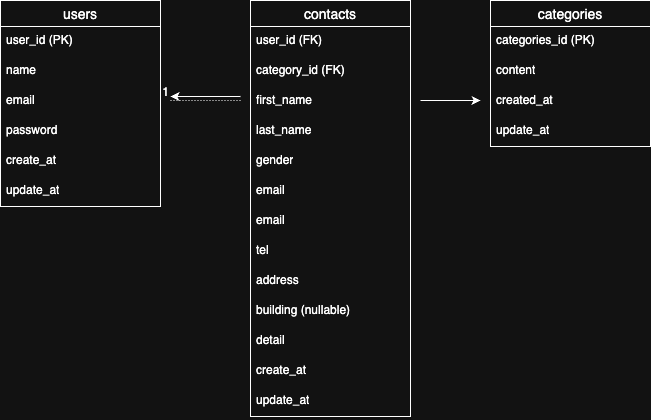
This is er-diagram.png from Hana86-86/contact-form-app, a draw.io export, as it was before one commit. Source tidied: cells renumbered, new cells last; positions are measured from the earlier drawing's top-left corner, leaving out a move shared by most shapes.
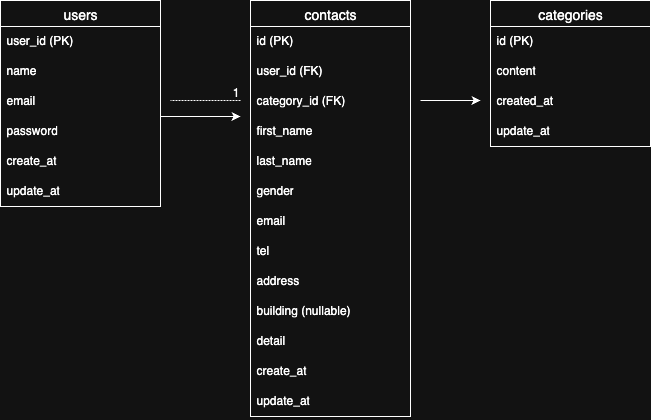
Above is the later version.

Commit message:
Update ER図とREADMEを最新に

What changed in the source:
```diff
@@ -5,7 +5,7 @@
     <mxCell id="2" value="categories" style="swimlane;fontStyle=0;horizontal=1;startSize=26;align=center;fontSize=14;" parent="1" vertex="1">
       <mxGeometry x="490" width="160" height="146" as="geometry" />
     </mxCell>
-    <mxCell id="3" value="categories_id (PK)" style="text;strokeColor=none;fillColor=none;spacingLeft=4;spacingRight=4;overflow=hidden;fontSize=12;whiteSpace=wrap;html=1;" parent="2" vertex="1">
+    <mxCell id="3" value="id (PK)" style="text;strokeColor=none;fillColor=none;spacingLeft=4;spacingRight=4;overflow=hidden;fontSize=12;whiteSpace=wrap;html=1;" parent="2" vertex="1">
       <mxGeometry y="26" width="160" height="30" as="geometry" />
     </mxCell>
     <mxCell id="4" value="content" style="text;strokeColor=none;fillColor=none;spacingLeft=4;spacingRight=4;overflow=hidden;fontSize=12;whiteSpace=wrap;html=1;" parent="2" vertex="1">
@@ -20,27 +20,27 @@
     <mxCell id="7" value="contacts" style="swimlane;fontStyle=0;horizontal=1;startSize=26;align=center;fontSize=14;" parent="1" vertex="1">
       <mxGeometry x="250" width="160" height="416" as="geometry" />
     </mxCell>
-    <mxCell id="8" value="user_id (FK)" style="text;strokeColor=none;fillColor=none;spacingLeft=4;spacingRight=4;overflow=hidden;fontSize=12;whiteSpace=wrap;html=1;" parent="7" vertex="1">
+    <mxCell id="8" value="id (PK)" style="text;strokeColor=none;fillColor=none;spacingLeft=4;spacingRight=4;overflow=hidden;fontSize=12;whiteSpace=wrap;html=1;" parent="7" vertex="1">
       <mxGeometry y="26" width="160" height="30" as="geometry" />
     </mxCell>
+    <mxCell id="32" value="user_id (FK)" style="text;strokeColor=none;fillColor=none;spacingLeft=4;spacingRight=4;overflow=hidden;fontSize=12;whiteSpace=wrap;html=1;" parent="7" vertex="1">
+      <mxGeometry y="56" width="160" height="30" as="geometry" />
+    </mxCell>
     <mxCell id="9" value="category_id (FK)" style="text;strokeColor=none;fillColor=none;spacingLeft=4;spacingRight=4;overflow=hidden;fontSize=12;whiteSpace=wrap;html=1;" parent="7" vertex="1">
-      <mxGeometry y="56" width="160" height="30" as="geometry" />
+      <mxGeometry y="86" width="160" height="30" as="geometry" />
     </mxCell>
     <mxCell id="10" value="first_name" style="text;strokeColor=none;fillColor=none;spacingLeft=4;spacingRight=4;overflow=hidden;fontSize=12;whiteSpace=wrap;html=1;" parent="7" vertex="1">
-      <mxGeometry y="86" width="160" height="30" as="geometry" />
+      <mxGeometry y="116" width="160" height="30" as="geometry" />
     </mxCell>
     <mxCell id="11" value="last_name" style="text;strokeColor=none;fillColor=none;spacingLeft=4;spacingRight=4;overflow=hidden;fontSize=12;whiteSpace=wrap;html=1;" parent="7" vertex="1">
-      <mxGeometry y="116" width="160" height="30" as="geometry" />
+      <mxGeometry y="146" width="160" height="30" as="geometry" />
     </mxCell>
     <mxCell id="12" value="gender" style="text;strokeColor=none;fillColor=none;spacingLeft=4;spacingRight=4;overflow=hidden;fontSize=12;whiteSpace=wrap;html=1;" parent="7" vertex="1">
-      <mxGeometry y="146" width="160" height="30" as="geometry" />
+      <mxGeometry y="176" width="160" height="30" as="geometry" />
     </mxCell>
     <mxCell id="13" value="email" style="text;strokeColor=none;fillColor=none;spacingLeft=4;spacingRight=4;overflow=hidden;fontSize=12;whiteSpace=wrap;html=1;" parent="7" vertex="1">
-      <mxGeometry y="176" width="160" height="30" as="geometry" />
+      <mxGeometry y="206" width="160" height="30" as="geometry" />
     </mxCell>
-    <mxCell id="14" value="email" style="text;strokeColor=none;fillColor=none;spacingLeft=4;spacingRight=4;overflow=hidden;fontSize=12;whiteSpace=wrap;html=1;" parent="7" vertex="1">
-      <mxGeometry y="206" width="160" height="30" as="geometry" />
-    </mxCell>
     <mxCell id="15" value="tel" style="text;strokeColor=none;fillColor=none;spacingLeft=4;spacingRight=4;overflow=hidden;fontSize=12;whiteSpace=wrap;html=1;" parent="7" vertex="1">
       <mxGeometry y="236" width="160" height="30" as="geometry" />
     </mxCell>
@@ -71,7 +71,10 @@
     <mxCell id="24" style="endArrow=none;html=1;rounded=0;dashed=1;dashPattern=1 2;" parent="21" edge="1">
       <mxGeometry relative="1" as="geometry">
         <mxPoint x="240" y="100" as="sourcePoint" />
-        <mxPoint x="170" y="100" as="targetPoint" />
+        <mxPoint x="240" y="100" as="targetPoint" />
+        <Array as="points">
+          <mxPoint x="170" y="100" />
+        </Array>
       </mxGeometry>
     </mxCell>
     <mxCell id="25" value="1" style="html=1;whiteSpace=wrap;align=right;verticalAlign=bottom;" parent="24" vertex="1">
@@ -80,12 +83,6 @@
     <mxCell id="26" value="email" style="text;strokeColor=none;fillColor=none;spacingLeft=4;spacingRight=4;overflow=hidden;points=[[0,0.5],[1,0.5]];portConstraint=eastwest;fontSize=12;whiteSpace=wrap;html=1;" parent="21" vertex="1">
       <mxGeometry y="86" width="160" height="30" as="geometry" />
     </mxCell>
-    <mxCell id="27" style="endArrow=classic;html=1;rounded=0;" parent="21" edge="1">
-      <mxGeometry relative="1" as="geometry">
-        <mxPoint x="240" y="96" as="sourcePoint" />
-        <mxPoint x="170" y="96" as="targetPoint" />
-      </mxGeometry>
-    </mxCell>
     <mxCell id="28" value="password" style="text;strokeColor=none;fillColor=none;spacingLeft=4;spacingRight=4;overflow=hidden;fontSize=12;whiteSpace=wrap;html=1;" parent="21" vertex="1">
       <mxGeometry y="116" width="160" height="30" as="geometry" />
     </mxCell>
@@ -101,5 +98,10 @@
         <mxPoint x="480" y="100" as="targetPoint" />
       </mxGeometry>
     </mxCell>
+    <mxCell id="27" style="endArrow=classic;html=1;rounded=0;exitX=1;exitY=1;exitDx=0;exitDy=0;exitPerimeter=0;" parent="1" edge="1" source="26">
+      <mxGeometry relative="1" as="geometry">
+        <mxPoint x="240" y="116" as="targetPoint" />
+      </mxGeometry>
+    </mxCell>
   </root>
 </mxGraphModel>
```
